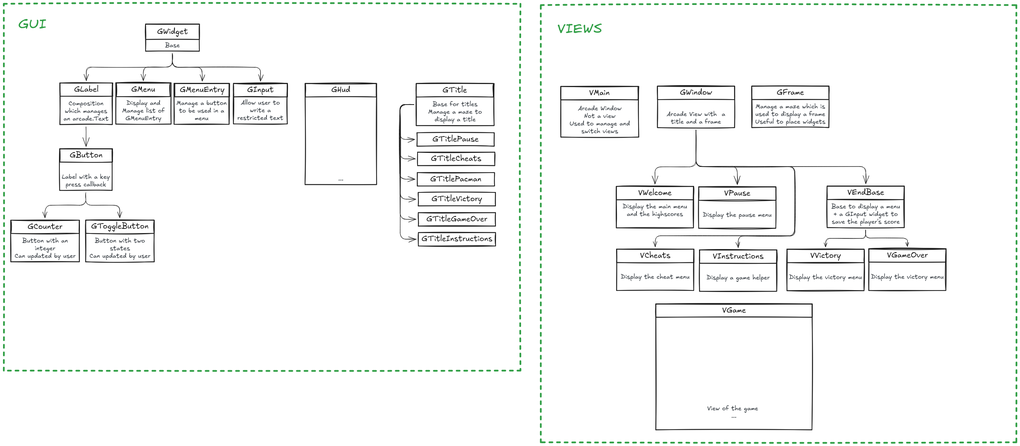
The Excalidraw diagram images/general_architecture.excalidraw.png in flinguenheld/42_pacman, before a commit. Source tidied: one line per element, renumbered; positions are measured from the earlier drawing's top-left corner, leaving out a move shared by most shapes.
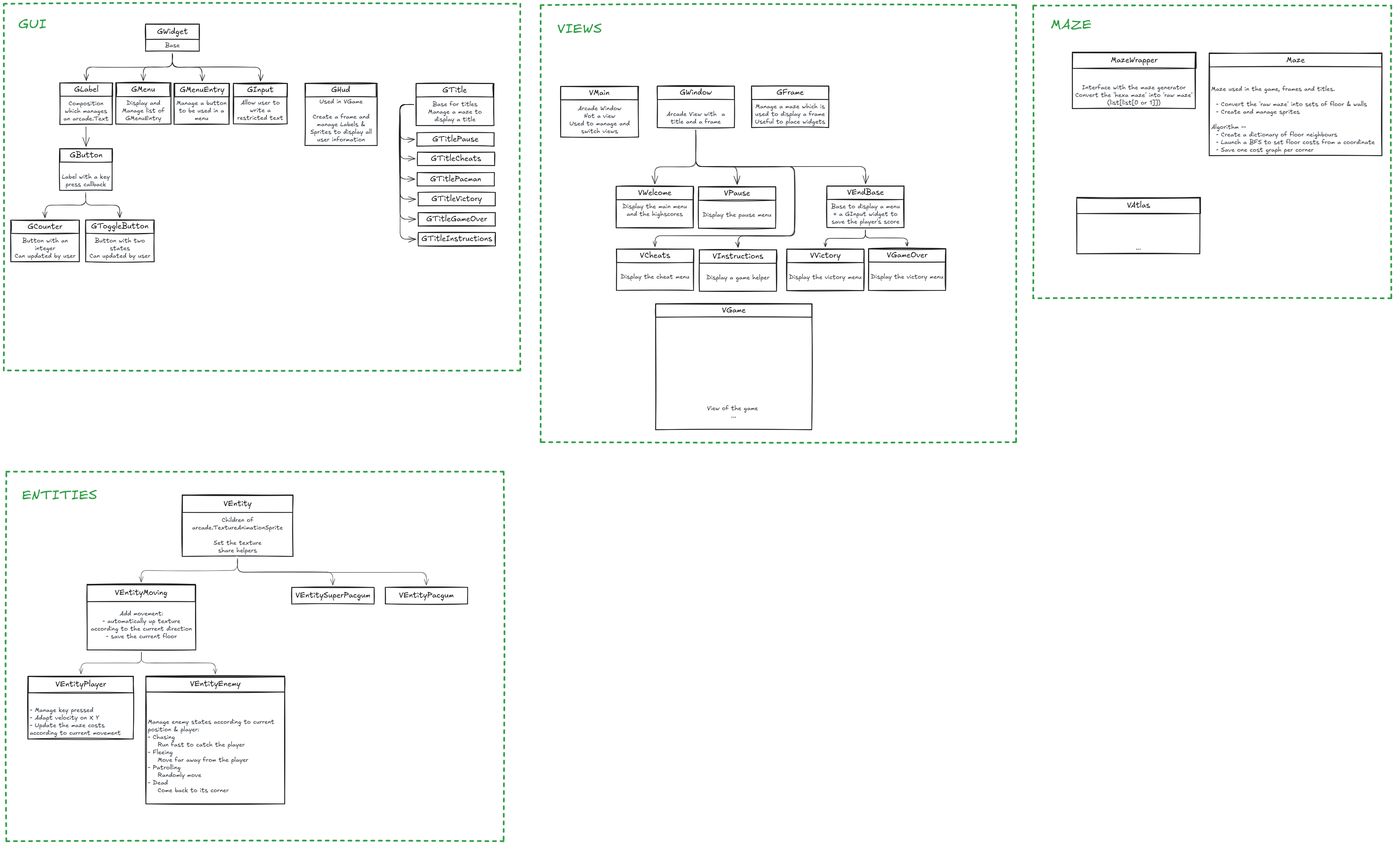
After the commit.

Change to the diagram source:
```diff
@@ -90,8 +90,8 @@
 {"id": 89, "type": "text", "text": "View of the game \n...\n", "strokeColor": "#343a40", "strokeWidth": 2, "roughness": 1, "fontSize": 16, "fontFamily": 5, "textAlign": "center", "verticalAlign": "bottom", "inside": 88, "x": 1850, "y": 1055, "width": 140, "height": 60}
 {"id": 90, "type": "rectangle", "strokeColor": "#1e1e1e", "strokeWidth": 2, "roughness": 1, "x": 1715, "y": 789, "width": 411, "height": 35}
 {"id": 91, "type": "text", "text": "VGame", "strokeColor": "#1e1e1e", "strokeWidth": 2, "roughness": 1, "fontSize": 20, "fontFamily": 5, "textAlign": "center", "verticalAlign": "middle", "inside": 90, "x": 1889, "y": 794, "width": 62, "height": 25}
-{"id": 92, "type": "rectangle", "strokeColor": "#1e1e1e", "strokeWidth": 2, "roughness": 1, "x": 792, "y": 210, "width": 188, "height": 266}
+{"id": 92, "type": "rectangle", "strokeColor": "#1e1e1e", "strokeWidth": 2, "roughness": 1, "x": 792, "y": 209, "width": 190, "height": 164}
-{"id": 93, "type": "text", "text": "...", "strokeColor": "#343a40", "strokeWidth": 2, "roughness": 1, "fontSize": 16, "fontFamily": 5, "textAlign": "center", "verticalAlign": "bottom", "inside": 92, "x": 880, "y": 450, "width": 13, "height": 20}
+{"id": 93, "type": "text", "text": "Used in VGame\n\nCreate a frame and\nmanage Labels &\nSprites to display all\nuser information", "strokeColor": "#343a40", "strokeWidth": 2, "roughness": 1, "fontSize": 16, "fontFamily": 5, "textAlign": "center", "verticalAlign": "bottom", "inside": 92, "x": 806, "y": 248, "width": 162, "height": 120}
 {"id": 94, "type": "rectangle", "strokeColor": "#1e1e1e", "strokeWidth": 2, "roughness": 1, "x": 793, "y": 210, "width": 186, "height": 35}
 {"id": 95, "type": "text", "text": "GHud", "strokeColor": "#1e1e1e", "strokeWidth": 2, "roughness": 1, "fontSize": 20, "fontFamily": 5, "textAlign": "center", "verticalAlign": "middle", "inside": 94, "x": 861, "y": 215, "width": 50, "height": 25}
 {"id": 96, "type": "rectangle", "strokeColor": "#2f9e44", "strokeWidth": 4, "strokeStyle": "dashed", "roughness": 1, "x": 0, "y": 0, "width": 1358, "height": 965}
@@ -118,3 +118,48 @@
 {"id": 117, "type": "arrow", "strokeColor": "#1e1e1e", "strokeWidth": 1, "roughness": 1, "endArrowhead": "arrow", "from": 32, "to": 78, "x": 1820, "y": 332, "width": 447, "height": 142, "points": [[0, 0], [0, 96], [447, 96], [447, 142]]}
 {"id": 118, "type": "arrow", "strokeColor": "#1e1e1e", "strokeWidth": 1, "roughness": 1, "endArrowhead": "arrow", "from": 76, "to": 70, "x": 2266, "y": 594, "width": 106, "height": 45, "points": [[0, 0], [0, 23], [-106, 23], [-106, 45]]}
 {"id": 119, "type": "arrow", "strokeColor": "#1e1e1e", "strokeWidth": 1, "roughness": 1, "endArrowhead": "arrow", "from": 76, "to": 74, "x": 2266, "y": 594, "width": 110, "height": 44, "points": [[0, 0], [0, 22], [110, 22], [110, 44]]}
+{"id": 120, "type": "rectangle", "strokeColor": "#1e1e1e", "strokeWidth": 2, "roughness": 1, "x": 2810, "y": 129, "width": 323, "height": 147}
+{"id": 121, "type": "text", "text": "\nInterface with the maze generator\nConvert the 'hexa maze' into 'raw maze'\n(list[list[0 or 1]])", "strokeColor": "#343a40", "strokeWidth": 2, "roughness": 1, "fontSize": 16, "fontFamily": 5, "textAlign": "center", "verticalAlign": "bottom", "inside": 120, "x": 2818, "y": 191, "width": 308, "height": 80}
+{"id": 122, "type": "rectangle", "strokeColor": "#1e1e1e", "strokeWidth": 2, "roughness": 1, "x": 2811, "y": 127, "width": 325, "height": 43}
+{"id": 123, "type": "text", "text": "MazeWrapper", "strokeColor": "#1e1e1e", "strokeWidth": 2, "roughness": 1, "fontSize": 20, "fontFamily": 5, "textAlign": "center", "verticalAlign": "middle", "inside": 122, "x": 2911, "y": 136, "width": 123, "height": 25}
+{"id": 124, "type": "rectangle", "strokeColor": "#1e1e1e", "strokeWidth": 2, "roughness": 1, "x": 3171, "y": 130, "width": 454, "height": 270}
+{"id": 125, "type": "text", "text": "\nMaze used in the game, frames and titles.\n\n  - Convert the 'raw maze' into sets of floor & walls\n  - Create and manage sprites\n\nAlgorithm --\n  - Create a dictionary of floor neighbours\n  - Launch a BFS to set floor costs from a coordinate\n  - Save one cost graph per corner", "strokeColor": "#343a40", "strokeWidth": 2, "roughness": 1, "fontSize": 16, "fontFamily": 5, "verticalAlign": "bottom", "inside": 124, "x": 3176, "y": 194, "width": 430, "height": 200}
+{"id": 126, "type": "rectangle", "strokeColor": "#1e1e1e", "strokeWidth": 2, "roughness": 1, "x": 3171, "y": 131, "width": 454, "height": 35}
+{"id": 127, "type": "text", "text": "Maze", "strokeColor": "#1e1e1e", "strokeWidth": 2, "roughness": 1, "fontSize": 20, "fontFamily": 5, "textAlign": "center", "verticalAlign": "middle", "inside": 126, "x": 3373, "y": 136, "width": 49, "height": 25}
+{"id": 128, "type": "rectangle", "strokeColor": "#2f9e44", "strokeWidth": 4, "strokeStyle": "dashed", "roughness": 1, "x": 2707, "y": 5, "width": 942, "height": 770}
+{"id": 129, "type": "text", "text": "MAZE", "strokeColor": "#2f9e44", "strokeWidth": 4, "strokeStyle": "dashed", "roughness": 1, "fontSize": 36, "fontFamily": 5, "x": 2754, "y": 34, "width": 108, "height": 45}
+{"id": 130, "type": "rectangle", "strokeColor": "#1e1e1e", "strokeWidth": 2, "roughness": 1, "x": 2822, "y": 511, "width": 323, "height": 147}
+{"id": 131, "type": "text", "text": "...", "strokeColor": "#343a40", "strokeWidth": 2, "roughness": 1, "fontSize": 16, "fontFamily": 5, "textAlign": "center", "verticalAlign": "bottom", "inside": 130, "x": 2977, "y": 633, "width": 13, "height": 20}
+{"id": 132, "type": "rectangle", "strokeColor": "#1e1e1e", "strokeWidth": 2, "roughness": 1, "x": 2822, "y": 509, "width": 325, "height": 43}
+{"id": 133, "type": "text", "text": "VAtlas", "strokeColor": "#1e1e1e", "strokeWidth": 2, "roughness": 1, "fontSize": 20, "fontFamily": 5, "textAlign": "center", "verticalAlign": "middle", "inside": 132, "x": 2954, "y": 518, "width": 61, "height": 25}
+{"id": 134, "type": "rectangle", "strokeColor": "#1e1e1e", "strokeWidth": 2, "roughness": 1, "x": 469, "y": 1292, "width": 291, "height": 162}
+{"id": 135, "type": "text", "text": "Children of\narcade.TextureAnimationSprite\n\nSet the texture\nshare helpers", "strokeColor": "#343a40", "strokeWidth": 2, "roughness": 1, "fontSize": 16, "fontFamily": 5, "textAlign": "center", "verticalAlign": "bottom", "inside": 134, "x": 495, "y": 1349, "width": 239, "height": 100}
+{"id": 136, "type": "rectangle", "strokeColor": "#1e1e1e", "strokeWidth": 2, "roughness": 1, "x": 470, "y": 1293, "width": 290, "height": 45}
+{"id": 137, "type": "text", "text": "VEntity", "strokeColor": "#1e1e1e", "strokeWidth": 2, "roughness": 1, "fontSize": 20, "fontFamily": 5, "textAlign": "center", "verticalAlign": "middle", "inside": 136, "x": 578, "y": 1303, "width": 74, "height": 25}
+{"id": 138, "type": "rectangle", "strokeColor": "#1e1e1e", "strokeWidth": 2, "roughness": 1, "x": 219, "y": 1529, "width": 286, "height": 171}
+{"id": 139, "type": "text", "text": "Add movement:\n- automatically up texture\naccording to the current direction\n- save the current floor\n", "strokeColor": "#343a40", "strokeWidth": 2, "roughness": 1, "fontSize": 16, "fontFamily": 5, "textAlign": "center", "verticalAlign": "bottom", "inside": 138, "x": 229, "y": 1595, "width": 266, "height": 100}
+{"id": 140, "type": "rectangle", "strokeColor": "#1e1e1e", "strokeWidth": 2, "roughness": 1, "x": 219, "y": 1527, "width": 285, "height": 45}
+{"id": 141, "type": "text", "text": "VEntityMoving", "strokeColor": "#1e1e1e", "strokeWidth": 2, "roughness": 1, "fontSize": 20, "fontFamily": 5, "textAlign": "center", "verticalAlign": "middle", "inside": 140, "x": 292, "y": 1538, "width": 138, "height": 25}
+{"id": 142, "type": "rectangle", "strokeColor": "#1e1e1e", "strokeWidth": 2, "roughness": 1, "x": 63, "y": 1770, "width": 277, "height": 164}
+{"id": 143, "type": "text", "text": "- Manage key pressed\n- Adapt velocity on X Y\n- Update the maze costs\naccording to current movement", "strokeColor": "#343a40", "strokeWidth": 2, "roughness": 1, "fontSize": 16, "fontFamily": 5, "verticalAlign": "bottom", "inside": 142, "x": 68, "y": 1849, "width": 240, "height": 80}
+{"id": 144, "type": "rectangle", "strokeColor": "#1e1e1e", "strokeWidth": 2, "roughness": 1, "x": 64, "y": 1769, "width": 277, "height": 44}
+{"id": 145, "type": "text", "text": "VEntityPlayer", "strokeColor": "#1e1e1e", "strokeWidth": 2, "roughness": 1, "fontSize": 20, "fontFamily": 5, "textAlign": "center", "verticalAlign": "middle", "inside": 144, "x": 136, "y": 1778, "width": 133, "height": 25}
+{"id": 146, "type": "rectangle", "strokeColor": "#1e1e1e", "strokeWidth": 2, "roughness": 1, "x": 374, "y": 1770, "width": 365, "height": 334}
+{"id": 147, "type": "text", "text": "Manage enemy states according to current\nposition & player:\n- Chasing\n    Run fast to catch the player\n- Fleeing\n    Move far away from the player\n- Patrolling\n    Randomly move\n- Dead\n    Come back to its corner\n", "strokeColor": "#343a40", "strokeWidth": 2, "roughness": 1, "fontSize": 16, "fontFamily": 5, "verticalAlign": "bottom", "inside": 146, "x": 379, "y": 1880, "width": 333, "height": 220}
+{"id": 148, "type": "rectangle", "strokeColor": "#1e1e1e", "strokeWidth": 2, "roughness": 1, "x": 374, "y": 1769, "width": 365, "height": 42}
+{"id": 149, "type": "text", "text": "VEntityEnemy", "strokeColor": "#1e1e1e", "strokeWidth": 2, "roughness": 1, "fontSize": 20, "fontFamily": 5, "textAlign": "center", "verticalAlign": "middle", "inside": 148, "x": 490, "y": 1777, "width": 133, "height": 25}
+{"id": 150, "type": "rectangle", "strokeColor": "#1e1e1e", "strokeWidth": 2, "roughness": 1, "x": 1003, "y": 1535, "width": 217, "height": 44}
+{"id": 151, "type": "text", "text": "VEntityPacgum", "strokeColor": "#1e1e1e", "strokeWidth": 2, "roughness": 1, "fontSize": 20, "fontFamily": 5, "textAlign": "center", "verticalAlign": "middle", "inside": 150, "x": 1040, "y": 1544, "width": 144, "height": 25}
+{"id": 152, "type": "rectangle", "strokeColor": "#1e1e1e", "strokeWidth": 2, "roughness": 1, "x": 757, "y": 1535, "width": 217, "height": 44}
+{"id": 153, "type": "text", "text": "VEntitySuperPacgum", "strokeColor": "#1e1e1e", "strokeWidth": 2, "roughness": 1, "fontSize": 20, "fontFamily": 5, "textAlign": "center", "verticalAlign": "middle", "inside": 152, "x": 767, "y": 1545, "width": 197, "height": 25}
+{"id": 154, "type": "rectangle", "strokeColor": "#2f9e44", "strokeWidth": 4, "strokeStyle": "dashed", "roughness": 1, "x": 7, "y": 1231, "width": 1308, "height": 972}
+{"id": 155, "type": "text", "text": "ENTITIES", "strokeColor": "#2f9e44", "strokeWidth": 4, "strokeStyle": "dashed", "roughness": 1, "fontSize": 36, "fontFamily": 5, "x": 48, "y": 1271, "width": 198, "height": 45}
+{"id": 156, "type": "arrow", "strokeColor": "#ffffff", "strokeWidth": 2, "roughness": 1, "opacity": 70, "endArrowhead": "arrow", "round": true, "from": 134, "to": 134, "x": 612, "y": 1454, "width": 1, "height": 1, "points": [[0, 0], [1, 1]]}
+{"id": 157, "type": "arrow", "strokeColor": "#ffffff", "strokeWidth": 2, "roughness": 1, "opacity": 70, "endArrowhead": "arrow", "round": true, "from": 134, "to": 134, "x": 613, "y": 1455, "width": 1, "height": 1, "points": [[0, 0], [1, -1]]}
+{"id": 158, "type": "arrow", "strokeColor": "#ffffff", "strokeWidth": 2, "roughness": 1, "opacity": 70, "endArrowhead": "arrow", "round": true, "from": 154, "to": 154, "x": 595, "y": 1517, "width": 9, "height": 28, "points": [[0, 0], [-9, 28]]}
+{"id": 159, "type": "arrow", "strokeColor": "#ffffff", "strokeWidth": 2, "roughness": 1, "opacity": 70, "endArrowhead": "arrow", "round": true, "from": 154, "to": 154, "x": 692, "y": 1539, "width": 71, "height": 144, "points": [[0, 0], [71, 144]]}
+{"id": 160, "type": "arrow", "strokeColor": "#1e1e1e", "strokeWidth": 1, "roughness": 1, "opacity": 70, "endArrowhead": "arrow", "from": 134, "to": 140, "x": 615, "y": 1460, "width": 253, "height": 62, "points": [[0, 0], [0, 31], [-253, 31], [-253, 62]]}
+{"id": 161, "type": "arrow", "strokeColor": "#1e1e1e", "strokeWidth": 1, "roughness": 1, "opacity": 70, "endArrowhead": "arrow", "from": 134, "to": 152, "x": 615, "y": 1460, "width": 251, "height": 69, "points": [[0, 0], [0, 35], [251, 35], [251, 69]]}
+{"id": 162, "type": "arrow", "strokeColor": "#1e1e1e", "strokeWidth": 1, "roughness": 1, "opacity": 70, "endArrowhead": "arrow", "from": 134, "to": 150, "x": 615, "y": 1460, "width": 497, "height": 69, "points": [[0, 0], [0, 36], [497, 36], [497, 69]]}
+{"id": 163, "type": "arrow", "strokeColor": "#1e1e1e", "strokeWidth": 1, "roughness": 1, "opacity": 70, "endArrowhead": "arrow", "from": 138, "to": 144, "x": 362, "y": 1706, "width": 159, "height": 57, "points": [[0, 0], [0, 29], [-159, 29], [-159, 57]]}
+{"id": 164, "type": "arrow", "strokeColor": "#1e1e1e", "strokeWidth": 1, "roughness": 1, "opacity": 70, "endArrowhead": "arrow", "from": 138, "to": 148, "x": 362, "y": 1706, "width": 194, "height": 57, "points": [[0, 0], [0, 29], [194, 29], [194, 57]]}
```
